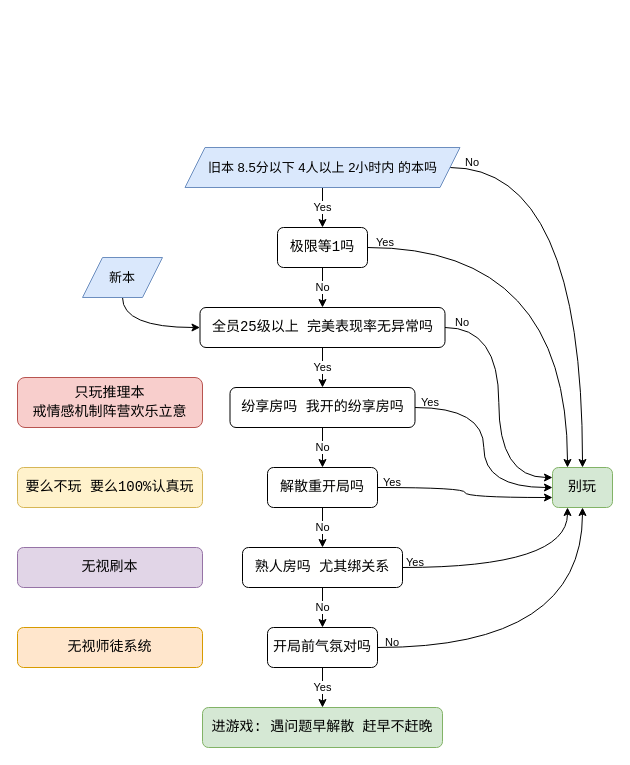
The draw.io diagram 百变打本想有好体验的注意点.drawio in luboq/draw.io, before the edit. Source tidied: cells renumbered, new cells numbered last; positions are measured from the earlier drawing's top-left corner, leaving out a move shared by most shapes. Both pictures are drawn from the tidied source at 100%, with x=0, y=0 at pixel (17, 147).
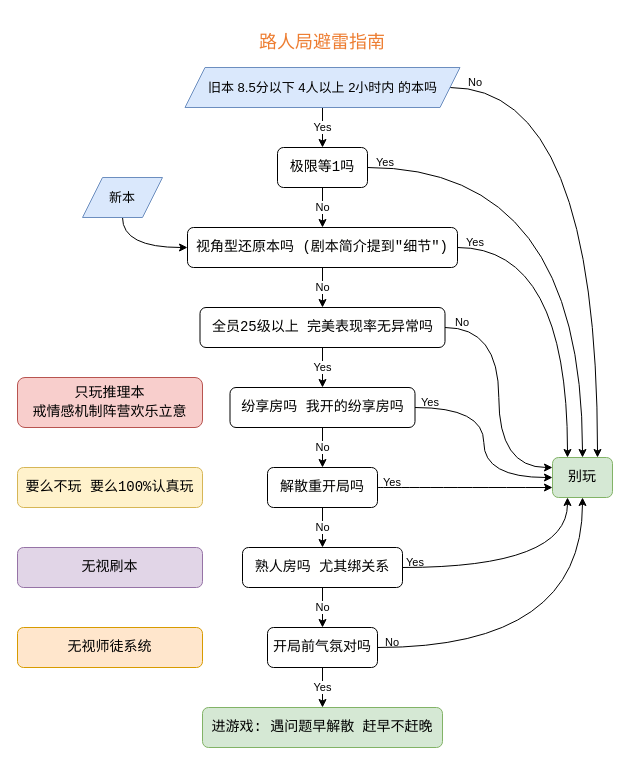
After the change.

Commit message:
更新百变打本想有好体验的注意点.drawio

The change refers to these unchanged cells:
```xml
<mxCell id="13" value="&lt;div style=&quot;background-color: rgb(255, 255, 254); font-family: Consolas, &amp;quot;Courier New&amp;quot;, monospace; font-size: 14px; line-height: 19px;&quot;&gt;全员25级以上 完美表现率无异常吗&lt;/div&gt;" style="rounded=1;whiteSpace=wrap;html=1;" parent="1" vertex="1">
  <mxGeometry x="182.5" y="160" width="245" height="40" as="geometry" />
</mxCell>
```

What changed in the source:
```diff
@@
-    <mxCell id="8" value="No" style="edgeStyle=orthogonalEdgeStyle;rounded=0;jettySize=auto;html=1;" parent="1" edge="1" source="10" target="13">
+    <mxCell id="8" value="No" style="edgeStyle=orthogonalEdgeStyle;rounded=0;jettySize=auto;html=1;" parent="1" edge="1" source="10" target="41">
       <mxGeometry relative="1" as="geometry" />
     </mxCell>
-    <mxCell id="9" style="edgeStyle=orthogonalEdgeStyle;rounded=0;jettySize=auto;html=1;curved=1;entryX=0.25;entryY=0;entryDx=0;entryDy=0;labelBorderColor=none;labelBackgroundColor=default;fontColor=default;" parent="1" edge="1" source="10" target="26">
+    <mxCell id="9" style="edgeStyle=orthogonalEdgeStyle;rounded=0;jettySize=auto;html=1;curved=1;entryX=0.5;entryY=0;entryDx=0;entryDy=0;labelBorderColor=none;labelBackgroundColor=default;fontColor=default;" parent="1" edge="1" source="10" target="26">
       <mxGeometry relative="1" as="geometry" />
     </mxCell>
     <mxCell id="10" value="&lt;div style=&quot;background-color: rgb(255, 255, 254); font-family: Consolas, &amp;quot;Courier New&amp;quot;, monospace; font-size: 14px; line-height: 19px;&quot;&gt;极限等1吗&lt;/div&gt;" style="rounded=1;whiteSpace=wrap;html=1;" parent="1" vertex="1">
-      <mxGeometry x="260" y="80" width="90" height="40" as="geometry" />
+      <mxGeometry x="260" width="90" height="40" as="geometry" />
     </mxCell>
@@
-    <mxCell id="22" style="edgeStyle=orthogonalEdgeStyle;rounded=0;jettySize=auto;html=1;curved=1;" parent="1" edge="1" source="23" target="26">
+    <mxCell id="22" style="edgeStyle=orthogonalEdgeStyle;rounded=0;jettySize=auto;html=1;curved=1;entryX=0.75;entryY=0;entryDx=0;entryDy=0;" parent="1" edge="1" source="23" target="26">
       <mxGeometry relative="1" as="geometry" />
     </mxCell>
     <mxCell id="23" value="旧本 8.5分以下 4人以上 2小时内 的本吗" style="shape=parallelogram;perimeter=parallelogramPerimeter;whiteSpace=wrap;html=1;fixedSize=1;fontSize=13;fillColor=#dae8fc;strokeColor=#6c8ebf;" parent="1" vertex="1">
-      <mxGeometry x="167.5" width="275" height="40" as="geometry" />
+      <mxGeometry x="167.5" y="-80" width="275" height="40" as="geometry" />
     </mxCell>
-    <mxCell id="24" style="edgeStyle=orthogonalEdgeStyle;rounded=0;jettySize=auto;html=1;entryX=0;entryY=0.5;entryDx=0;entryDy=0;curved=1;exitX=0.5;exitY=1;exitDx=0;exitDy=0;" parent="1" edge="1" source="25" target="13">
+    <mxCell id="24" style="edgeStyle=orthogonalEdgeStyle;rounded=0;jettySize=auto;html=1;entryX=0;entryY=0.5;entryDx=0;entryDy=0;curved=1;exitX=0.5;exitY=1;exitDx=0;exitDy=0;" parent="1" edge="1" source="25" target="41">
       <mxGeometry relative="1" as="geometry" />
     </mxCell>
     <mxCell id="25" value="新本" style="shape=parallelogram;perimeter=parallelogramPerimeter;whiteSpace=wrap;html=1;fixedSize=1;fontSize=13;fillColor=#dae8fc;strokeColor=#6c8ebf;" parent="1" vertex="1">
-      <mxGeometry x="65" y="110" width="80" height="40" as="geometry" />
+      <mxGeometry x="65" y="30" width="80" height="40" as="geometry" />
     </mxCell>
     <mxCell id="26" value="&lt;div style=&quot;font-family: Consolas, &amp;quot;Courier New&amp;quot;, monospace; font-size: 14px; line-height: 19px;&quot;&gt;别玩&lt;/div&gt;" style="rounded=1;whiteSpace=wrap;html=1;fontSize=12;glass=0;strokeWidth=1;shadow=0;fillColor=#d5e8d4;strokeColor=#82b366;labelBackgroundColor=none;" parent="1" vertex="1">
-      <mxGeometry x="535" y="320" width="60" height="40" as="geometry" />
+      <mxGeometry x="535" y="310" width="60" height="40" as="geometry" />
     </mxCell>
     <mxCell id="27" value="No" style="text;html=1;strokeColor=none;fillColor=none;align=center;verticalAlign=middle;whiteSpace=wrap;rounded=0;fontSize=11;fontFamily=Helvetica;fontColor=default;" parent="1" vertex="1">
-      <mxGeometry x="425" width="60" height="30" as="geometry" />
+      <mxGeometry x="427.5" y="-80" width="60" height="30" as="geometry" />
     </mxCell>
     <mxCell id="28" value="Yes" style="text;html=1;strokeColor=none;fillColor=none;align=center;verticalAlign=middle;whiteSpace=wrap;rounded=0;fontSize=11;fontFamily=Helvetica;fontColor=default;" parent="1" vertex="1">
-      <mxGeometry x="337.5" y="80" width="60" height="30" as="geometry" />
+      <mxGeometry x="337.5" width="60" height="30" as="geometry" />
     </mxCell>
@@
+    <mxCell id="38" value="路人局避雷指南" style="text;strokeColor=none;fillColor=none;align=center;verticalAlign=middle;whiteSpace=wrap;rounded=0;fontSize=18;labelBackgroundColor=none;labelBorderColor=none;html=1;fontColor=#ED7D31;" parent="1" vertex="1">
+      <mxGeometry x="200" y="-130" width="210" height="50" as="geometry" />
+    </mxCell>
+    <mxCell id="39" value="No" style="edgeStyle=orthogonalEdgeStyle;rounded=0;jettySize=auto;html=1;" parent="1" edge="1" source="41" target="13">
+      <mxGeometry relative="1" as="geometry" />
+    </mxCell>
+    <mxCell id="40" style="edgeStyle=orthogonalEdgeStyle;rounded=0;jettySize=auto;html=1;entryX=0.25;entryY=0;entryDx=0;entryDy=0;curved=1;" parent="1" edge="1" source="41" target="26">
+      <mxGeometry relative="1" as="geometry" />
+    </mxCell>
+    <mxCell id="41" value="&lt;div style=&quot;background-color: rgb(255, 255, 254); font-family: Consolas, &amp;quot;Courier New&amp;quot;, monospace; font-size: 14px; line-height: 19px;&quot;&gt;视角型还原本吗 (剧本简介提到&quot;细节&quot;)&lt;/div&gt;" style="rounded=1;whiteSpace=wrap;html=1;" parent="1" vertex="1">
+      <mxGeometry x="170" y="80" width="270" height="40" as="geometry" />
+    </mxCell>
+    <mxCell id="42" value="Yes" style="text;html=1;strokeColor=none;fillColor=none;align=center;verticalAlign=middle;whiteSpace=wrap;rounded=0;fontSize=11;fontFamily=Helvetica;fontColor=default;" parent="1" vertex="1">
+      <mxGeometry x="427.5" y="80" width="60" height="30" as="geometry" />
+    </mxCell>
```
